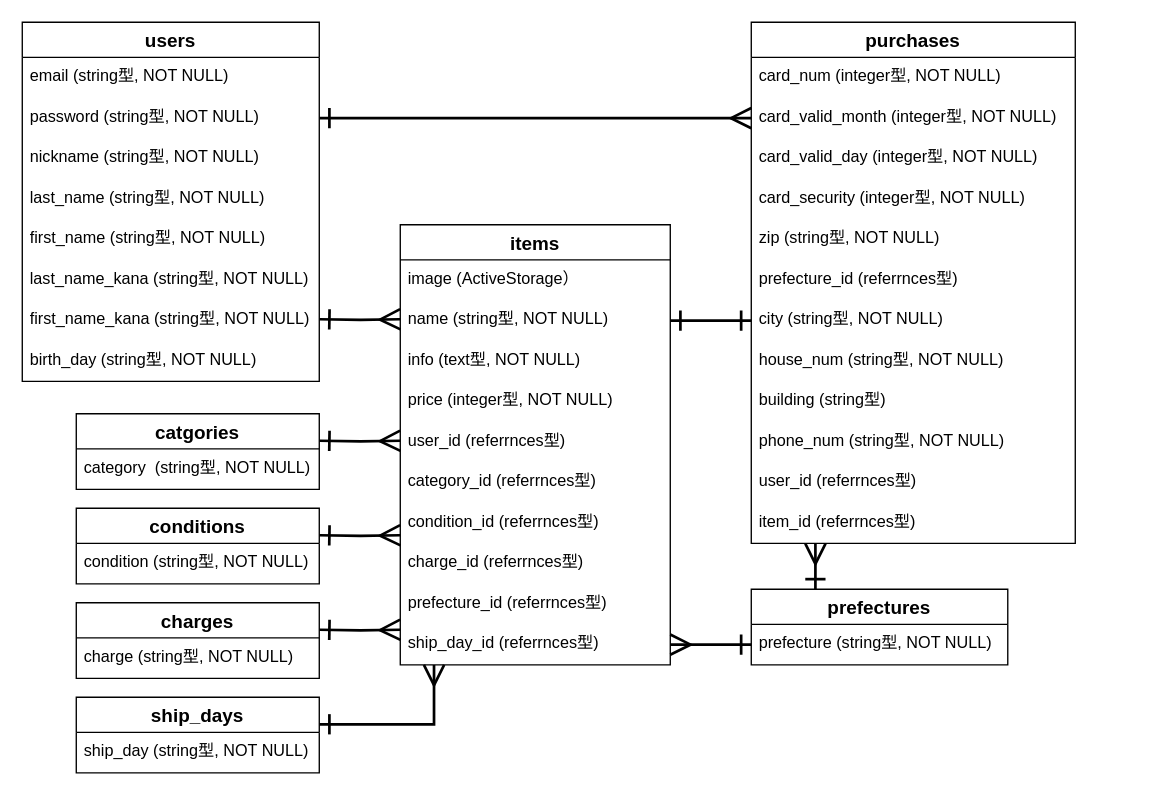
This is er.dio from Buchikin/furima-33942, a draw.io file, before an edit. Source tidied: cells renumbered, new cells numbered last; positions are measured from the earlier drawing's top-left corner, leaving out a move shared by most shapes. Both pictures are drawn from the tidied source at 135%, with x=0, y=0 at pixel (22, 22).
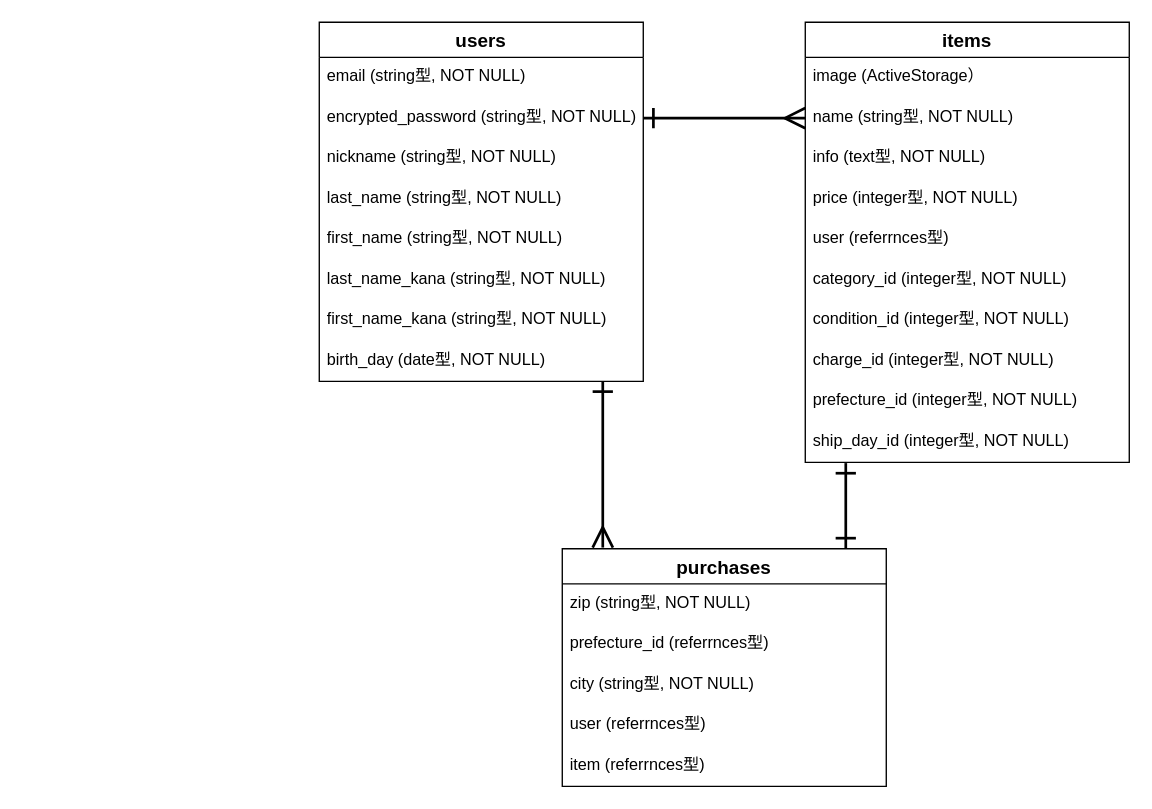
The same diagram, later.

Commit message (it also covers changes not shown here):
DB設計の修正

What changed in the source:
```diff
@@
     <mxCell id="2" value="users" style="swimlane;fontStyle=1;horizontal=1;startSize=26;align=center;fontSize=14;" parent="1" vertex="1">
-      <mxGeometry width="220" height="266" as="geometry" />
+      <mxGeometry x="220" width="240" height="266" as="geometry" />
     </mxCell>
     <mxCell id="3" value="email (string型, NOT NULL)" style="text;strokeColor=none;fillColor=none;spacingLeft=4;spacingRight=4;overflow=hidden;fontSize=12;" parent="2" vertex="1">
-      <mxGeometry y="26" width="220" height="30" as="geometry" />
+      <mxGeometry y="26" width="240" height="30" as="geometry" />
     </mxCell>
-    <mxCell id="4" value="password (string型, NOT NULL)" style="text;strokeColor=none;fillColor=none;spacingLeft=4;spacingRight=4;overflow=hidden;points=[[0,0.5],[1,0.5]];portConstraint=eastwest;fontSize=12;" parent="2" vertex="1">
-      <mxGeometry y="56" width="220" height="30" as="geometry" />
+    <mxCell id="4" value="encrypted_password (string型, NOT NULL)" style="text;strokeColor=none;fillColor=none;spacingLeft=4;spacingRight=4;overflow=hidden;points=[[0,0.5],[1,0.5]];portConstraint=eastwest;fontSize=12;" parent="2" vertex="1">
+      <mxGeometry y="56" width="240" height="30" as="geometry" />
     </mxCell>
     <mxCell id="5" value="nickname (string型, NOT NULL)" style="text;strokeColor=none;fillColor=none;spacingLeft=4;spacingRight=4;overflow=hidden;fontSize=12;" parent="2" vertex="1">
-      <mxGeometry y="86" width="220" height="30" as="geometry" />
+      <mxGeometry y="86" width="240" height="30" as="geometry" />
     </mxCell>
     <mxCell id="6" value="last_name (string型, NOT NULL)" style="text;strokeColor=none;fillColor=none;spacingLeft=4;spacingRight=4;overflow=hidden;fontSize=12;" parent="2" vertex="1">
-      <mxGeometry y="116" width="220" height="30" as="geometry" />
+      <mxGeometry y="116" width="240" height="30" as="geometry" />
     </mxCell>
     <mxCell id="7" value="first_name (string型, NOT NULL)" style="text;strokeColor=none;fillColor=none;spacingLeft=4;spacingRight=4;overflow=hidden;fontSize=12;" parent="2" vertex="1">
-      <mxGeometry y="146" width="220" height="30" as="geometry" />
+      <mxGeometry y="146" width="240" height="30" as="geometry" />
     </mxCell>
     <mxCell id="8" value="last_name_kana (string型, NOT NULL)" style="text;strokeColor=none;fillColor=none;spacingLeft=4;spacingRight=4;overflow=hidden;fontSize=12;" parent="2" vertex="1">
-      <mxGeometry y="176" width="220" height="30" as="geometry" />
+      <mxGeometry y="176" width="240" height="30" as="geometry" />
     </mxCell>
     <mxCell id="9" value="first_name_kana (string型, NOT NULL)" style="text;strokeColor=none;fillColor=none;spacingLeft=4;spacingRight=4;overflow=hidden;fontSize=12;" parent="2" vertex="1">
-      <mxGeometry y="206" width="220" height="30" as="geometry" />
+      <mxGeometry y="206" width="240" height="30" as="geometry" />
     </mxCell>
-    <mxCell id="10" value="birth_day (string型, NOT NULL)" style="text;strokeColor=none;fillColor=none;spacingLeft=4;spacingRight=4;overflow=hidden;points=[[0,0.5],[1,0.5]];portConstraint=eastwest;fontSize=12;" parent="2" vertex="1">
-      <mxGeometry y="236" width="220" height="30" as="geometry" />
+    <mxCell id="10" value="birth_day (date型, NOT NULL)" style="text;strokeColor=none;fillColor=none;spacingLeft=4;spacingRight=4;overflow=hidden;points=[[0,0.5],[1,0.5]];portConstraint=eastwest;fontSize=12;" parent="2" vertex="1">
+      <mxGeometry y="236" width="240" height="30" as="geometry" />
     </mxCell>
     <mxCell id="11" value="purchases" style="swimlane;fontStyle=1;horizontal=1;startSize=26;align=center;fontSize=14;" parent="1" vertex="1">
-      <mxGeometry x="540" width="240" height="386" as="geometry" />
+      <mxGeometry x="400" y="390" width="240" height="176" as="geometry" />
     </mxCell>
-    <mxCell id="12" value="card_num (integer型, NOT NULL)" style="text;strokeColor=none;fillColor=none;spacingLeft=4;spacingRight=4;overflow=hidden;fontSize=12;" parent="11" vertex="1">
-      <mxGeometry y="26" width="240" height="30" as="geometry" />
-    </mxCell>
-    <mxCell id="13" value="card_valid_month (integer型, NOT NULL)" style="text;strokeColor=none;fillColor=none;spacingLeft=4;spacingRight=4;overflow=hidden;points=[[0,0.5],[1,0.5]];portConstraint=eastwest;fontSize=12;" parent="11" vertex="1">
-      <mxGeometry y="56" width="240" height="30" as="geometry" />
-    </mxCell>
-    <mxCell id="14" value="card_valid_day (integer型, NOT NULL)" style="text;strokeColor=none;fillColor=none;spacingLeft=4;spacingRight=4;overflow=hidden;fontSize=12;" parent="11" vertex="1">
-      <mxGeometry y="86" width="240" height="30" as="geometry" />
-    </mxCell>
-    <mxCell id="15" value="card_security (integer型, NOT NULL)" style="text;strokeColor=none;fillColor=none;spacingLeft=4;spacingRight=4;overflow=hidden;fontSize=12;" parent="11" vertex="1">
-      <mxGeometry y="116" width="240" height="30" as="geometry" />
-    </mxCell>
     <mxCell id="16" value="zip (string型, NOT NULL)" style="text;strokeColor=none;fillColor=none;spacingLeft=4;spacingRight=4;overflow=hidden;fontSize=12;" parent="11" vertex="1">
-      <mxGeometry y="146" width="240" height="30" as="geometry" />
+      <mxGeometry y="26" width="240" height="30" as="geometry" />
     </mxCell>
     <mxCell id="17" value="prefecture_id (referrnces型)" style="text;strokeColor=none;fillColor=none;spacingLeft=4;spacingRight=4;overflow=hidden;fontSize=12;" parent="11" vertex="1">
-      <mxGeometry y="176" width="240" height="30" as="geometry" />
+      <mxGeometry y="56" width="240" height="30" as="geometry" />
     </mxCell>
     <mxCell id="18" value="city (string型, NOT NULL)" style="text;strokeColor=none;fillColor=none;spacingLeft=4;spacingRight=4;overflow=hidden;points=[[0,0.5],[1,0.5]];portConstraint=eastwest;fontSize=12;" parent="11" vertex="1">
-      <mxGeometry y="206" width="240" height="30" as="geometry" />
+      <mxGeometry y="86" width="240" height="30" as="geometry" />
     </mxCell>
-    <mxCell id="19" value="house_num (string型, NOT NULL)" style="text;strokeColor=none;fillColor=none;spacingLeft=4;spacingRight=4;overflow=hidden;fontSize=12;" parent="11" vertex="1">
-      <mxGeometry y="236" width="240" height="30" as="geometry" />
-    </mxCell>
-    <mxCell id="20" value="building (string型)" style="text;strokeColor=none;fillColor=none;spacingLeft=4;spacingRight=4;overflow=hidden;fontSize=12;" parent="11" vertex="1">
-      <mxGeometry y="266" width="240" height="30" as="geometry" />
-    </mxCell>
-    <mxCell id="21" value="phone_num (string型, NOT NULL)" style="text;strokeColor=none;fillColor=none;spacingLeft=4;spacingRight=4;overflow=hidden;fontSize=12;" parent="11" vertex="1">
-      <mxGeometry y="296" width="240" height="30" as="geometry" />
-    </mxCell>
-    <mxCell id="22" value="user_id (referrnces型)" style="text;strokeColor=none;fillColor=none;spacingLeft=4;spacingRight=4;overflow=hidden;fontSize=12;" parent="11" vertex="1">
-      <mxGeometry y="326" width="240" height="30" as="geometry" />
+    <mxCell id="22" value="user (referrnces型)" style="text;strokeColor=none;fillColor=none;spacingLeft=4;spacingRight=4;overflow=hidden;fontSize=12;" parent="11" vertex="1">
+      <mxGeometry y="116" width="240" height="30" as="geometry" />
     </mxCell>
-    <mxCell id="23" value="item_id (referrnces型)" style="text;strokeColor=none;fillColor=none;spacingLeft=4;spacingRight=4;overflow=hidden;points=[[0,0.5],[1,0.5]];portConstraint=eastwest;fontSize=12;" parent="11" vertex="1">
-      <mxGeometry y="356" width="240" height="30" as="geometry" />
+    <mxCell id="23" value="item (referrnces型)" style="text;strokeColor=none;fillColor=none;spacingLeft=4;spacingRight=4;overflow=hidden;points=[[0,0.5],[1,0.5]];portConstraint=eastwest;fontSize=12;" parent="11" vertex="1">
+      <mxGeometry y="146" width="240" height="30" as="geometry" />
     </mxCell>
     <mxCell id="24" value="items" style="swimlane;fontStyle=1;horizontal=1;startSize=26;align=center;fontSize=14;" parent="1" vertex="1">
-      <mxGeometry x="280" y="150" width="200" height="326" as="geometry" />
+      <mxGeometry x="580" width="240" height="326" as="geometry" />
     </mxCell>
     <mxCell id="25" value="image (ActiveStorage）" style="text;strokeColor=none;fillColor=none;spacingLeft=4;spacingRight=4;overflow=hidden;fontSize=12;" parent="24" vertex="1">
-      <mxGeometry y="26" width="200" height="30" as="geometry" />
+      <mxGeometry y="26" width="240" height="30" as="geometry" />
     </mxCell>
     <mxCell id="26" value="name (string型, NOT NULL)" style="text;strokeColor=none;fillColor=none;spacingLeft=4;spacingRight=4;overflow=hidden;points=[[0,0.5],[1,0.5]];portConstraint=eastwest;fontSize=12;" parent="24" vertex="1">
-      <mxGeometry y="56" width="200" height="30" as="geometry" />
+      <mxGeometry y="56" width="240" height="30" as="geometry" />
     </mxCell>
     <mxCell id="27" value="info (text型, NOT NULL)" style="text;strokeColor=none;fillColor=none;spacingLeft=4;spacingRight=4;overflow=hidden;fontSize=12;" parent="24" vertex="1">
-      <mxGeometry y="86" width="200" height="30" as="geometry" />
+      <mxGeometry y="86" width="240" height="30" as="geometry" />
     </mxCell>
     <mxCell id="28" value="price (integer型, NOT NULL)" style="text;strokeColor=none;fillColor=none;spacingLeft=4;spacingRight=4;overflow=hidden;fontSize=12;" parent="24" vertex="1">
-      <mxGeometry y="116" width="200" height="30" as="geometry" />
+      <mxGeometry y="116" width="240" height="30" as="geometry" />
     </mxCell>
-    <mxCell id="29" value="user_id (referrnces型)" style="text;strokeColor=none;fillColor=none;spacingLeft=4;spacingRight=4;overflow=hidden;fontSize=12;" parent="24" vertex="1">
-      <mxGeometry y="146" width="200" height="30" as="geometry" />
+    <mxCell id="29" value="user (referrnces型)" style="text;strokeColor=none;fillColor=none;spacingLeft=4;spacingRight=4;overflow=hidden;fontSize=12;" parent="24" vertex="1">
+      <mxGeometry y="146" width="240" height="30" as="geometry" />
     </mxCell>
-    <mxCell id="30" value="category_id (referrnces型)" style="text;strokeColor=none;fillColor=none;spacingLeft=4;spacingRight=4;overflow=hidden;fontSize=12;" parent="24" vertex="1">
-      <mxGeometry y="176" width="200" height="30" as="geometry" />
+    <mxCell id="30" value="category_id (integer型, NOT NULL)" style="text;strokeColor=none;fillColor=none;spacingLeft=4;spacingRight=4;overflow=hidden;fontSize=12;" parent="24" vertex="1">
+      <mxGeometry y="176" width="240" height="30" as="geometry" />
     </mxCell>
-    <mxCell id="31" value="condition_id (referrnces型)" style="text;strokeColor=none;fillColor=none;spacingLeft=4;spacingRight=4;overflow=hidden;fontSize=12;" parent="24" vertex="1">
-      <mxGeometry y="206" width="200" height="30" as="geometry" />
+    <mxCell id="31" value="condition_id (integer型, NOT NULL)" style="text;strokeColor=none;fillColor=none;spacingLeft=4;spacingRight=4;overflow=hidden;fontSize=12;" parent="24" vertex="1">
+      <mxGeometry y="206" width="240" height="30" as="geometry" />
     </mxCell>
-    <mxCell id="32" value="charge_id (referrnces型)" style="text;strokeColor=none;fillColor=none;spacingLeft=4;spacingRight=4;overflow=hidden;fontSize=12;" parent="24" vertex="1">
-      <mxGeometry y="236" width="200" height="30" as="geometry" />
+    <mxCell id="32" value="charge_id (integer型, NOT NULL)" style="text;strokeColor=none;fillColor=none;spacingLeft=4;spacingRight=4;overflow=hidden;fontSize=12;" parent="24" vertex="1">
+      <mxGeometry y="236" width="240" height="30" as="geometry" />
     </mxCell>
-    <mxCell id="33" value="prefecture_id (referrnces型)" style="text;strokeColor=none;fillColor=none;spacingLeft=4;spacingRight=4;overflow=hidden;fontSize=12;" parent="24" vertex="1">
-      <mxGeometry y="266" width="200" height="30" as="geometry" />
+    <mxCell id="33" value="prefecture_id (integer型, NOT NULL)" style="text;strokeColor=none;fillColor=none;spacingLeft=4;spacingRight=4;overflow=hidden;fontSize=12;" parent="24" vertex="1">
+      <mxGeometry y="266" width="240" height="30" as="geometry" />
     </mxCell>
-    <mxCell id="34" value="ship_day_id (referrnces型)" style="text;strokeColor=none;fillColor=none;spacingLeft=4;spacingRight=4;overflow=hidden;points=[[0,0.5],[1,0.5]];portConstraint=eastwest;fontSize=12;" parent="24" vertex="1">
-      <mxGeometry y="296" width="200" height="30" as="geometry" />
+    <mxCell id="34" value="ship_day_id (integer型, NOT NULL)" style="text;strokeColor=none;fillColor=none;spacingLeft=4;spacingRight=4;overflow=hidden;points=[[0,0.5],[1,0.5]];portConstraint=eastwest;fontSize=12;" parent="24" vertex="1">
+      <mxGeometry y="296" width="240" height="30" as="geometry" />
     </mxCell>
-    <mxCell id="35" value="catgories" style="swimlane;fontStyle=1;horizontal=1;startSize=26;align=center;fontSize=14;" parent="1" vertex="1">
-      <mxGeometry x="40" y="290" width="180" height="56" as="geometry" />
-    </mxCell>
-    <mxCell id="36" value="category  (string型, NOT NULL)" style="text;strokeColor=none;fillColor=none;spacingLeft=4;spacingRight=4;overflow=hidden;fontSize=12;" parent="35" vertex="1">
-      <mxGeometry y="26" width="180" height="30" as="geometry" />
-    </mxCell>
-    <mxCell id="37" value="conditions" style="swimlane;fontStyle=1;horizontal=1;startSize=26;align=center;fontSize=14;" parent="1" vertex="1">
-      <mxGeometry x="40" y="360" width="180" height="56" as="geometry" />
-    </mxCell>
-    <mxCell id="38" value="condition (string型, NOT NULL)" style="text;strokeColor=none;fillColor=none;spacingLeft=4;spacingRight=4;overflow=hidden;fontSize=12;" parent="37" vertex="1">
-      <mxGeometry y="26" width="180" height="30" as="geometry" />
-    </mxCell>
-    <mxCell id="39" value="charges" style="swimlane;fontStyle=1;horizontal=1;startSize=26;align=center;fontSize=14;" parent="1" vertex="1">
-      <mxGeometry x="40" y="430" width="180" height="56" as="geometry" />
-    </mxCell>
-    <mxCell id="40" value="charge (string型, NOT NULL)" style="text;strokeColor=none;fillColor=none;spacingLeft=4;spacingRight=4;overflow=hidden;fontSize=12;" parent="39" vertex="1">
-      <mxGeometry y="26" width="180" height="30" as="geometry" />
-    </mxCell>
-    <mxCell id="41" value="ship_days" style="swimlane;fontStyle=1;horizontal=1;startSize=26;align=center;fontSize=14;" parent="1" vertex="1">
-      <mxGeometry x="40" y="500" width="180" height="56" as="geometry" />
-    </mxCell>
-    <mxCell id="42" value="ship_day (string型, NOT NULL)" style="text;strokeColor=none;fillColor=none;spacingLeft=4;spacingRight=4;overflow=hidden;fontSize=12;" parent="41" vertex="1">
-      <mxGeometry y="26" width="180" height="30" as="geometry" />
-    </mxCell>
-    <mxCell id="43" style="edgeStyle=orthogonalEdgeStyle;rounded=0;jettySize=auto;html=1;exitX=0.25;exitY=0;exitDx=0;exitDy=0;entryX=0.198;entryY=1.006;entryDx=0;entryDy=0;entryPerimeter=0;startArrow=ERone;startFill=0;startSize=12;endArrow=ERmany;endFill=0;endSize=12;strokeWidth=2;" parent="1" edge="1" source="44" target="23">
-      <mxGeometry relative="1" as="geometry" />
-    </mxCell>
-    <mxCell id="44" value="prefectures" style="swimlane;fontStyle=1;horizontal=1;startSize=26;align=center;fontSize=14;" parent="1" vertex="1">
-      <mxGeometry x="540" y="420" width="190" height="56" as="geometry" />
-    </mxCell>
-    <mxCell id="45" value="prefecture (string型, NOT NULL)" style="text;strokeColor=none;fillColor=none;spacingLeft=4;spacingRight=4;overflow=hidden;points=[[0,0.5],[1,0.5]];portConstraint=eastwest;fontSize=12;" parent="44" vertex="1">
-      <mxGeometry y="26" width="190" height="30" as="geometry" />
-    </mxCell>
-    <mxCell id="46" style="edgeStyle=orthogonalEdgeStyle;rounded=0;jettySize=auto;html=1;exitX=1;exitY=0.5;exitDx=0;exitDy=0;entryX=0;entryY=0.5;entryDx=0;entryDy=0;endArrow=ERmany;endFill=0;startArrow=ERone;startFill=0;strokeWidth=2;endSize=12;startSize=12;" parent="1" edge="1" source="4" target="13">
+    <mxCell id="46" style="edgeStyle=orthogonalEdgeStyle;rounded=0;jettySize=auto;html=1;exitX=1;exitY=0.5;exitDx=0;exitDy=0;endArrow=ERmany;endFill=0;startArrow=ERone;startFill=0;strokeWidth=2;endSize=12;startSize=12;entryX=0;entryY=0.5;entryDx=0;entryDy=0;" parent="1" edge="1" source="4" target="26">
       <mxGeometry relative="1" as="geometry" />
     </mxCell>
-    <mxCell id="47" style="edgeStyle=orthogonalEdgeStyle;rounded=0;orthogonalLoop=1;jettySize=auto;html=1;exitX=1;exitY=0.5;exitDx=0;exitDy=0;endArrow=ERmany;endFill=0;startArrow=ERone;startFill=0;strokeWidth=2;endSize=12;startSize=12;" parent="1" edge="1">
-      <mxGeometry relative="1" as="geometry">
-        <mxPoint x="220" y="220" as="sourcePoint" />
-        <mxPoint x="280" y="220" as="targetPoint" />
-      </mxGeometry>
-    </mxCell>
-    <mxCell id="48" style="edgeStyle=orthogonalEdgeStyle;rounded=0;jettySize=auto;html=1;exitX=1;exitY=0.5;exitDx=0;exitDy=0;entryX=0;entryY=0.5;entryDx=0;entryDy=0;startArrow=ERone;startFill=0;startSize=12;endArrow=ERone;endFill=0;endSize=12;strokeWidth=2;" parent="1" edge="1" source="26" target="18">
+    <mxCell id="48" style="edgeStyle=orthogonalEdgeStyle;rounded=0;jettySize=auto;html=1;startArrow=ERone;startFill=0;startSize=12;endArrow=ERone;endFill=0;endSize=12;strokeWidth=2;entryX=0.875;entryY=-0.002;entryDx=0;entryDy=0;entryPerimeter=0;exitX=0.125;exitY=1.018;exitDx=0;exitDy=0;exitPerimeter=0;" parent="1" edge="1" source="34" target="11">
       <mxGeometry relative="1" as="geometry" />
     </mxCell>
-    <mxCell id="49" style="edgeStyle=orthogonalEdgeStyle;rounded=0;orthogonalLoop=1;jettySize=auto;html=1;exitX=1;exitY=0.5;exitDx=0;exitDy=0;entryX=0;entryY=0.5;entryDx=0;entryDy=0;startArrow=ERone;startFill=0;startSize=12;endArrow=ERmany;endFill=0;endSize=12;strokeWidth=2;" parent="1" edge="1">
-      <mxGeometry relative="1" as="geometry">
-        <mxPoint x="220" y="310" as="sourcePoint" />
-        <mxPoint x="280" y="310" as="targetPoint" />
-      </mxGeometry>
-    </mxCell>
-    <mxCell id="50" style="edgeStyle=orthogonalEdgeStyle;rounded=0;orthogonalLoop=1;jettySize=auto;html=1;exitX=1;exitY=0.5;exitDx=0;exitDy=0;entryX=0;entryY=0.5;entryDx=0;entryDy=0;startArrow=ERone;startFill=0;startSize=12;endArrow=ERmany;endFill=0;endSize=12;strokeWidth=2;" parent="1" edge="1">
-      <mxGeometry relative="1" as="geometry">
-        <mxPoint x="220" y="380" as="sourcePoint" />
-        <mxPoint x="280" y="380" as="targetPoint" />
-      </mxGeometry>
-    </mxCell>
-    <mxCell id="51" style="edgeStyle=orthogonalEdgeStyle;rounded=0;orthogonalLoop=1;jettySize=auto;html=1;exitX=1;exitY=0.5;exitDx=0;exitDy=0;entryX=0;entryY=0.5;entryDx=0;entryDy=0;startArrow=ERone;startFill=0;startSize=12;endArrow=ERmany;endFill=0;endSize=12;strokeWidth=2;" parent="1" edge="1">
-      <mxGeometry relative="1" as="geometry">
-        <mxPoint x="220" y="450" as="sourcePoint" />
-        <mxPoint x="280" y="450" as="targetPoint" />
-      </mxGeometry>
-    </mxCell>
-    <mxCell id="52" style="edgeStyle=orthogonalEdgeStyle;rounded=0;jettySize=auto;html=1;exitX=1;exitY=0.5;exitDx=0;exitDy=0;startArrow=ERone;startFill=0;startSize=12;endArrow=ERmany;endFill=0;endSize=12;strokeWidth=2;" parent="1" edge="1" target="34">
-      <mxGeometry relative="1" as="geometry">
-        <mxPoint x="220" y="520" as="sourcePoint" />
-        <Array as="points">
-          <mxPoint x="305" y="520" />
-        </Array>
-      </mxGeometry>
-    </mxCell>
-    <mxCell id="53" style="edgeStyle=orthogonalEdgeStyle;rounded=0;jettySize=auto;html=1;exitX=0;exitY=0.5;exitDx=0;exitDy=0;startArrow=ERone;startFill=0;startSize=12;endArrow=ERmany;endFill=0;endSize=12;strokeWidth=2;" parent="1" edge="1" source="45">
-      <mxGeometry relative="1" as="geometry">
-        <mxPoint x="480" y="461" as="targetPoint" />
-      </mxGeometry>
-    </mxCell>
+    <mxCell id="54" style="edgeStyle=orthogonalEdgeStyle;rounded=0;jettySize=auto;html=1;startArrow=ERone;startFill=0;startSize=12;endArrow=ERmany;endFill=0;endSize=12;strokeWidth=2;entryX=0.875;entryY=-0.002;entryDx=0;entryDy=0;entryPerimeter=0;exitX=0.875;exitY=1.003;exitDx=0;exitDy=0;exitPerimeter=0;" parent="1" edge="1" source="10">
+      <mxGeometry relative="1" as="geometry">
+        <mxPoint x="430" y="389.1" as="targetPoint" />
+      </mxGeometry>
+    </mxCell>
```
